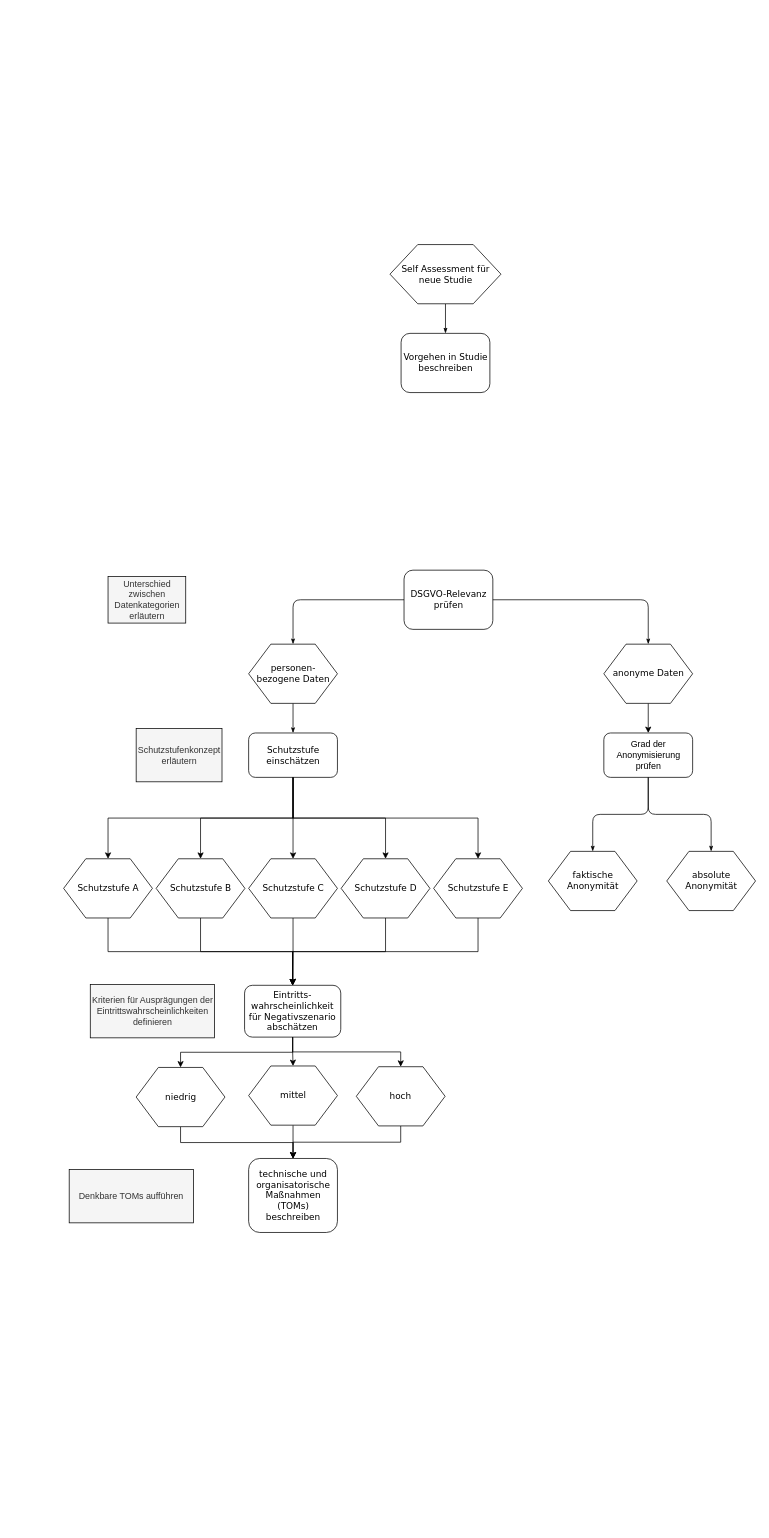
This is Untitled Diagram.drawio from mreichh/draw, a draw.io file, before an edit. Source tidied: cells renumbered, new cells numbered last; positions are measured from the earlier drawing's top-left corner, leaving out a move shared by most shapes. Both pictures are drawn from the tidied source at 74%, with x=0, y=0 at pixel (63, 244).
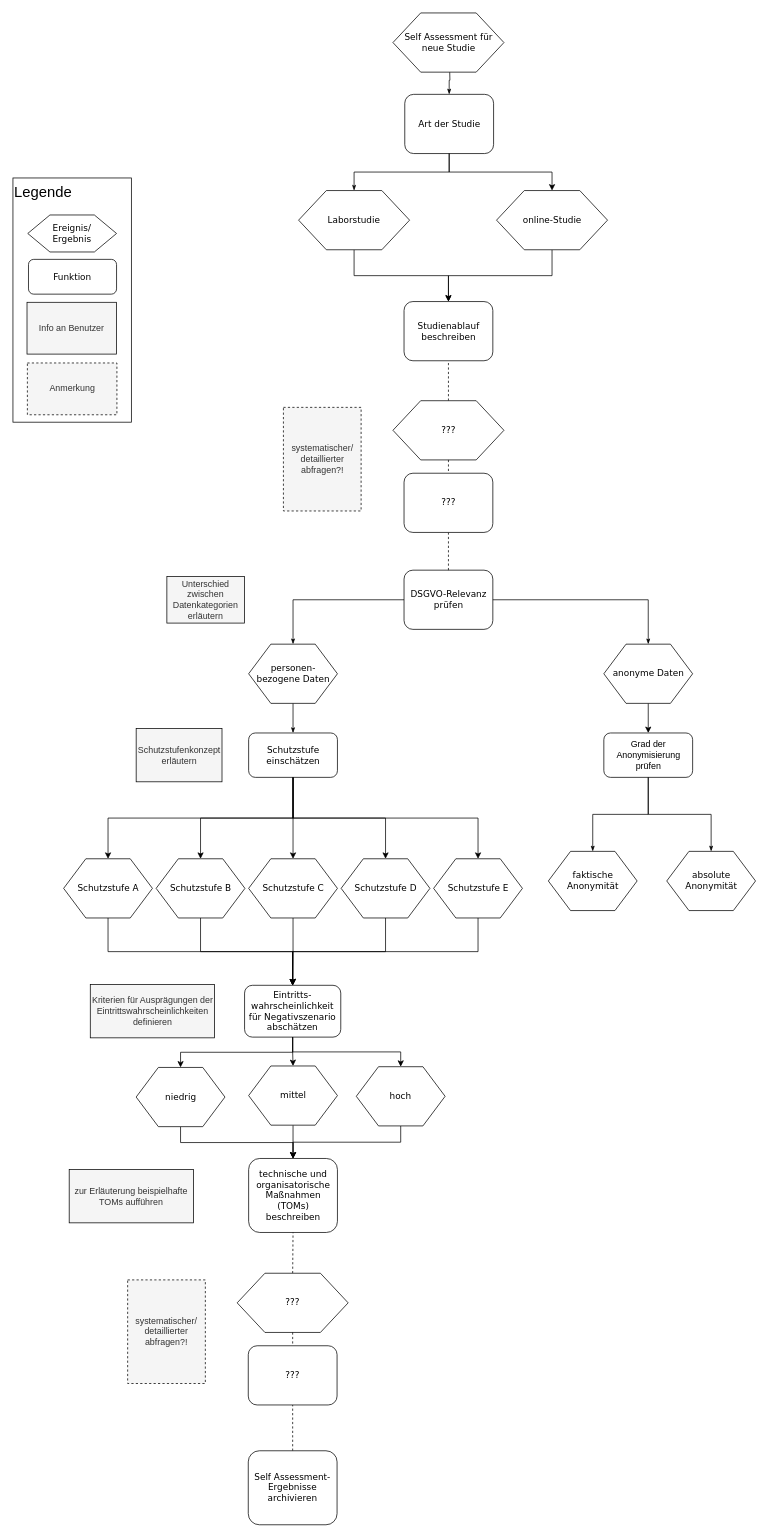
The same diagram, later.

Unchanged cells that the change refers to:
```xml
<mxCell id="4" value="DSGVO-Relevanz prüfen" style="rounded=1;whiteSpace=wrap;html=1;shadow=0;labelBackgroundColor=none;strokeColor=#000000;strokeWidth=1;fillColor=#ffffff;fontFamily=Verdana;fontSize=12;fontColor=#000000;align=center;" parent="1" vertex="1">
  <mxGeometry x="460.5" y="440" width="120" height="80" as="geometry" />
</mxCell>
<mxCell id="8" value="&lt;div&gt;&lt;span&gt;personen-bezogene Daten&lt;/span&gt;&lt;/div&gt;" style="shape=hexagon;perimeter=hexagonPerimeter;whiteSpace=wrap;html=1;rounded=0;shadow=0;labelBackgroundColor=none;strokeColor=#000000;strokeWidth=1;fillColor=#ffffff;fontFamily=Verdana;fontSize=12;fontColor=#000000;align=center;" parent="1" vertex="1">
  <mxGeometry x="250.5" y="540" width="120" height="80" as="geometry" />
</mxCell>
<mxCell id="10" value="&lt;div&gt;&lt;span&gt;anonyme Daten&lt;/span&gt;&lt;/div&gt;" style="shape=hexagon;perimeter=hexagonPerimeter;whiteSpace=wrap;html=1;rounded=0;shadow=0;labelBackgroundColor=none;strokeColor=#000000;strokeWidth=1;fillColor=#ffffff;fontFamily=Verdana;fontSize=12;fontColor=#000000;align=center;" parent="1" vertex="1">
  <mxGeometry x="730.5" y="540" width="120" height="80" as="geometry" />
</mxCell>
<mxCell id="13" value="Grad der Anonymisierung prüfen" style="rounded=1;whiteSpace=wrap;html=1;" parent="1" vertex="1">
  <mxGeometry x="730.5" y="660" width="120" height="60" as="geometry" />
</mxCell>
<mxCell id="15" value="&lt;div&gt;faktische Anonymität&lt;br&gt;&lt;/div&gt;" style="shape=hexagon;perimeter=hexagonPerimeter;whiteSpace=wrap;html=1;rounded=0;shadow=0;labelBackgroundColor=none;strokeColor=#000000;strokeWidth=1;fillColor=#ffffff;fontFamily=Verdana;fontSize=12;fontColor=#000000;align=center;" parent="1" vertex="1">
  <mxGeometry x="655.5" y="820" width="120" height="80" as="geometry" />
</mxCell>
<mxCell id="17" value="&lt;div&gt;absolute Anonymität&lt;/div&gt;" style="shape=hexagon;perimeter=hexagonPerimeter;whiteSpace=wrap;html=1;rounded=0;shadow=0;labelBackgroundColor=none;strokeColor=#000000;strokeWidth=1;fillColor=#ffffff;fontFamily=Verdana;fontSize=12;fontColor=#000000;align=center;" parent="1" vertex="1">
  <mxGeometry x="815.5" y="820" width="120" height="80" as="geometry" />
</mxCell>
<mxCell id="32" value="technische und organisatorische Maßnahmen (TOMs) beschreiben " style="rounded=1;whiteSpace=wrap;html=1;shadow=0;labelBackgroundColor=none;strokeColor=#000000;strokeWidth=1;fillColor=#ffffff;fontFamily=Verdana;fontSize=12;fontColor=#000000;align=center;" parent="1" vertex="1">
  <mxGeometry x="250.5" y="1235" width="120" height="100" as="geometry" />
</mxCell>
```

Change to the diagram source:
```diff
@@
+    <mxCell id="48" value="&lt;div style=&quot;font-size: 20px;&quot; align=&quot;left&quot;&gt;Legende&lt;/div&gt;" style="rounded=0;whiteSpace=wrap;html=1;gradientColor=none;shadow=0;fillColor=none;align=left;verticalAlign=top;fontSize=20;" parent="1" vertex="1">
+      <mxGeometry x="-68" y="-90" width="160" height="330" as="geometry" />
+    </mxCell>
-    <mxCell id="2" style="edgeStyle=orthogonalEdgeStyle;rounded=1;html=1;labelBackgroundColor=none;startArrow=none;startFill=0;startSize=5;endArrow=classicThin;endFill=1;endSize=5;jettySize=auto;strokeColor=#000000;strokeWidth=1;fontFamily=Verdana;fontSize=8;fontColor=#000000;entryX=0.5;entryY=0;entryDx=0;entryDy=0;" parent="1" edge="1" source="3" target="47">
-      <mxGeometry relative="1" as="geometry" />
+    <mxCell id="2" style="edgeStyle=orthogonalEdgeStyle;rounded=0;html=1;labelBackgroundColor=none;startArrow=none;startFill=0;startSize=5;endArrow=classicThin;endFill=1;endSize=5;jettySize=auto;strokeColor=#000000;strokeWidth=1;fontFamily=Verdana;fontSize=8;fontColor=#000000;entryX=0.5;entryY=0;entryDx=0;entryDy=0;" parent="1" edge="1" target="47">
+      <mxGeometry relative="1" as="geometry">
+        <mxPoint x="522" y="-243" as="sourcePoint" />
+      </mxGeometry>
     </mxCell>
-    <mxCell id="3" value="Self Assessment für neue Studie" style="shape=hexagon;perimeter=hexagonPerimeter;whiteSpace=wrap;html=1;rounded=0;shadow=0;labelBackgroundColor=none;strokeColor=#000000;strokeWidth=1;fillColor=#ffffff;fontFamily=Verdana;fontSize=12;fontColor=#000000;align=center;" parent="1" vertex="1">
-      <mxGeometry x="441.5" width="150" height="80" as="geometry" />
+    <mxCell id="3" value="Ereignis/&lt;br&gt;Ergebnis" style="shape=hexagon;perimeter=hexagonPerimeter;whiteSpace=wrap;html=1;rounded=0;shadow=0;labelBackgroundColor=none;strokeColor=#000000;strokeWidth=1;fillColor=#ffffff;fontFamily=Verdana;fontSize=12;fontColor=#000000;align=center;" parent="1" vertex="1">
+      <mxGeometry x="-48" y="-40" width="120" height="50" as="geometry" />
     </mxCell>
@@
-    <mxCell id="5" style="edgeStyle=orthogonalEdgeStyle;rounded=1;html=1;labelBackgroundColor=none;startArrow=none;startFill=0;startSize=5;endArrow=classicThin;endFill=1;endSize=5;jettySize=auto;strokeColor=#000000;strokeWidth=1;fontFamily=Verdana;fontSize=8;fontColor=#000000;exitX=1;exitY=0.5;exitDx=0;exitDy=0;" parent="1" edge="1" source="4" target="10">
+    <mxCell id="5" style="edgeStyle=orthogonalEdgeStyle;rounded=0;html=1;labelBackgroundColor=none;startArrow=none;startFill=0;startSize=5;endArrow=classicThin;endFill=1;endSize=5;jettySize=auto;strokeColor=#000000;strokeWidth=1;fontFamily=Verdana;fontSize=8;fontColor=#000000;exitX=1;exitY=0.5;exitDx=0;exitDy=0;" parent="1" edge="1" source="4" target="10">
       <mxGeometry relative="1" as="geometry" />
     </mxCell>
-    <mxCell id="6" style="edgeStyle=orthogonalEdgeStyle;rounded=1;html=1;labelBackgroundColor=none;startArrow=none;startFill=0;startSize=5;endArrow=classicThin;endFill=1;endSize=5;jettySize=auto;strokeColor=#000000;strokeWidth=1;fontFamily=Verdana;fontSize=8;fontColor=#000000;" parent="1" edge="1" source="4" target="8">
+    <mxCell id="6" style="edgeStyle=orthogonalEdgeStyle;rounded=0;html=1;labelBackgroundColor=none;startArrow=none;startFill=0;startSize=5;endArrow=classicThin;endFill=1;endSize=5;jettySize=auto;strokeColor=#000000;strokeWidth=1;fontFamily=Verdana;fontSize=8;fontColor=#000000;" parent="1" edge="1" source="4" target="8">
       <mxGeometry relative="1" as="geometry" />
     </mxCell>
@@
-    <mxCell id="14" style="edgeStyle=orthogonalEdgeStyle;rounded=1;html=1;labelBackgroundColor=none;startArrow=none;startFill=0;startSize=5;endArrow=classicThin;endFill=1;endSize=5;jettySize=auto;strokeColor=#000000;strokeWidth=1;fontFamily=Verdana;fontSize=8;fontColor=#000000;exitX=0.5;exitY=1;exitDx=0;exitDy=0;" parent="1" edge="1" source="13" target="15">
+    <mxCell id="14" style="edgeStyle=orthogonalEdgeStyle;rounded=0;html=1;labelBackgroundColor=none;startArrow=none;startFill=0;startSize=5;endArrow=classicThin;endFill=1;endSize=5;jettySize=auto;strokeColor=#000000;strokeWidth=1;fontFamily=Verdana;fontSize=8;fontColor=#000000;exitX=0.5;exitY=1;exitDx=0;exitDy=0;" parent="1" edge="1" source="13" target="15">
       <mxGeometry relative="1" as="geometry" />
     </mxCell>
@@
-    <mxCell id="16" style="edgeStyle=orthogonalEdgeStyle;rounded=1;html=1;labelBackgroundColor=none;startArrow=none;startFill=0;startSize=5;endArrow=classicThin;endFill=1;endSize=5;jettySize=auto;strokeColor=#000000;strokeWidth=1;fontFamily=Verdana;fontSize=8;fontColor=#000000;" parent="1" edge="1" source="13" target="17">
+    <mxCell id="16" style="edgeStyle=orthogonalEdgeStyle;rounded=0;html=1;labelBackgroundColor=none;startArrow=none;startFill=0;startSize=5;endArrow=classicThin;endFill=1;endSize=5;jettySize=auto;strokeColor=#000000;strokeWidth=1;fontFamily=Verdana;fontSize=8;fontColor=#000000;" parent="1" edge="1" source="13" target="17">
       <mxGeometry relative="1" as="geometry" />
     </mxCell>
@@
     <mxCell id="33" value="Unterschied zwischen Datenkategorien erläutern" style="text;html=1;align=center;verticalAlign=middle;whiteSpace=wrap;rounded=0;fillColor=#f5f5f5;strokeColor=#000000;fontColor=#333333;" parent="1" vertex="1">
-      <mxGeometry x="60.5" y="448.5" width="105" height="63" as="geometry" />
+      <mxGeometry x="140" y="448.5" width="105" height="63" as="geometry" />
     </mxCell>
@@
-    <mxCell id="46" value="Denkbare TOMs aufführen" style="text;html=1;align=center;verticalAlign=middle;whiteSpace=wrap;rounded=0;fillColor=#f5f5f5;strokeColor=#000000;fontColor=#333333;" parent="1" vertex="1">
+    <mxCell id="46" value="zur Erläuterung beispielhafte TOMs aufführen" style="text;html=1;align=center;verticalAlign=middle;whiteSpace=wrap;rounded=0;fillColor=#f5f5f5;strokeColor=#000000;fontColor=#333333;" parent="1" vertex="1">
       <mxGeometry x="8" y="1250" width="168" height="72" as="geometry" />
     </mxCell>
-    <mxCell id="47" value="Vorgehen in Studie beschreiben" style="rounded=1;whiteSpace=wrap;html=1;shadow=0;labelBackgroundColor=none;strokeColor=#000000;strokeWidth=1;fillColor=#ffffff;fontFamily=Verdana;fontSize=12;fontColor=#000000;align=center;" parent="1" vertex="1">
-      <mxGeometry x="456.5" y="120" width="120" height="80" as="geometry" />
+    <mxCell id="47" value="Art der Studie" style="rounded=1;whiteSpace=wrap;html=1;shadow=0;labelBackgroundColor=none;strokeColor=#000000;strokeWidth=1;fillColor=#ffffff;fontFamily=Verdana;fontSize=12;fontColor=#000000;align=center;" parent="1" vertex="1">
+      <mxGeometry x="461.5" y="-203" width="120" height="80" as="geometry" />
     </mxCell>
+    <mxCell id="49" value="Funktion" style="rounded=1;whiteSpace=wrap;html=1;shadow=0;labelBackgroundColor=none;strokeColor=#000000;strokeWidth=1;fillColor=#ffffff;fontFamily=Verdana;fontSize=12;fontColor=#000000;align=center;" parent="1" vertex="1">
+      <mxGeometry x="-47" y="20" width="119" height="47" as="geometry" />
+    </mxCell>
+    <mxCell id="50" value="Self Assessment für neue Studie" style="shape=hexagon;perimeter=hexagonPerimeter;whiteSpace=wrap;html=1;rounded=0;shadow=0;labelBackgroundColor=none;strokeColor=#000000;strokeWidth=1;fillColor=#ffffff;fontFamily=Verdana;fontSize=12;fontColor=#000000;align=center;" parent="1" vertex="1">
+      <mxGeometry x="445.5" y="-313" width="150" height="80" as="geometry" />
+    </mxCell>
+    <mxCell id="51" value="Info an Benutzer" style="text;html=1;align=center;verticalAlign=middle;whiteSpace=wrap;rounded=0;fillColor=#f5f5f5;strokeColor=#000000;fontColor=#333333;" parent="1" vertex="1">
+      <mxGeometry x="-49" y="78" width="121" height="70" as="geometry" />
+    </mxCell>
+    <mxCell id="52" style="edgeStyle=orthogonalEdgeStyle;rounded=0;jettySize=auto;html=1;fontSize=20;exitX=0.5;exitY=1;exitDx=0;exitDy=0;" parent="1" edge="1" source="47" target="56">
+      <mxGeometry relative="1" as="geometry" />
+    </mxCell>
+    <mxCell id="53" style="edgeStyle=orthogonalEdgeStyle;rounded=0;jettySize=auto;html=1;strokeColor=#000000;fontSize=20;" parent="1" edge="1" source="54" target="58">
+      <mxGeometry relative="1" as="geometry" />
+    </mxCell>
+    <mxCell id="54" value="Laborstudie" style="shape=hexagon;perimeter=hexagonPerimeter;whiteSpace=wrap;html=1;rounded=0;shadow=0;labelBackgroundColor=none;strokeColor=#000000;strokeWidth=1;fillColor=#ffffff;fontFamily=Verdana;fontSize=12;fontColor=#000000;align=center;" parent="1" vertex="1">
+      <mxGeometry x="318" y="-73" width="150" height="80" as="geometry" />
+    </mxCell>
+    <mxCell id="55" style="edgeStyle=orthogonalEdgeStyle;rounded=0;jettySize=auto;html=1;strokeColor=#000000;fontSize=20;exitX=0.5;exitY=1;exitDx=0;exitDy=0;" parent="1" edge="1" source="56" target="58">
+      <mxGeometry relative="1" as="geometry" />
+    </mxCell>
+    <mxCell id="56" value="online-Studie" style="shape=hexagon;perimeter=hexagonPerimeter;whiteSpace=wrap;html=1;rounded=0;shadow=0;labelBackgroundColor=none;strokeColor=#000000;strokeWidth=1;fillColor=#ffffff;fontFamily=Verdana;fontSize=12;fontColor=#000000;align=center;" parent="1" vertex="1">
+      <mxGeometry x="585.5" y="-73" width="150" height="80" as="geometry" />
+    </mxCell>
+    <mxCell id="57" style="edgeStyle=orthogonalEdgeStyle;rounded=0;html=1;labelBackgroundColor=none;startArrow=none;startFill=0;startSize=5;endArrow=classicThin;endFill=1;endSize=5;jettySize=auto;strokeColor=#000000;strokeWidth=1;fontFamily=Verdana;fontSize=8;fontColor=#000000;entryX=0.5;entryY=0;entryDx=0;entryDy=0;exitX=0.5;exitY=1;exitDx=0;exitDy=0;" parent="1" edge="1" source="47" target="54">
+      <mxGeometry relative="1" as="geometry" />
+    </mxCell>
+    <mxCell id="58" value="Studienablauf beschreiben" style="rounded=1;whiteSpace=wrap;html=1;shadow=0;labelBackgroundColor=none;strokeColor=#000000;strokeWidth=1;fillColor=#ffffff;fontFamily=Verdana;fontSize=12;fontColor=#000000;align=center;" parent="1" vertex="1">
+      <mxGeometry x="460.5" y="77" width="120" height="80" as="geometry" />
+    </mxCell>
+    <mxCell id="59" style="endArrow=none;dashed=1;html=1;strokeColor=#000000;fontSize=20;entryX=0.5;entryY=1;entryDx=0;entryDy=0;exitX=0.5;exitY=0;exitDx=0;exitDy=0;" parent="1" edge="1" source="60" target="58">
+      <mxGeometry relative="1" as="geometry" />
+    </mxCell>
+    <mxCell id="60" value="???" style="shape=hexagon;perimeter=hexagonPerimeter;whiteSpace=wrap;html=1;rounded=0;shadow=0;labelBackgroundColor=none;strokeColor=#000000;strokeWidth=1;fillColor=#ffffff;fontFamily=Verdana;fontSize=12;fontColor=#000000;align=center;" parent="1" vertex="1">
+      <mxGeometry x="445.5" y="211" width="150" height="80" as="geometry" />
+    </mxCell>
+    <mxCell id="61" style="endArrow=none;dashed=1;html=1;strokeColor=#000000;fontSize=20;entryX=0.5;entryY=1;entryDx=0;entryDy=0;exitX=0.5;exitY=0;exitDx=0;exitDy=0;" parent="1" edge="1" source="4" target="63">
+      <mxGeometry relative="1" as="geometry" />
+    </mxCell>
+    <mxCell id="62" value="systematischer/&lt;br&gt;detaillierter abfragen?!" style="text;html=1;align=center;verticalAlign=middle;whiteSpace=wrap;rounded=0;fillColor=#f5f5f5;strokeColor=#000000;fontColor=#333333;dashed=1;" parent="1" vertex="1">
+      <mxGeometry x="297.5" y="220" width="105" height="140" as="geometry" />
+    </mxCell>
+    <mxCell id="63" value="???" style="rounded=1;whiteSpace=wrap;html=1;shadow=0;labelBackgroundColor=none;strokeColor=#000000;strokeWidth=1;fillColor=#ffffff;fontFamily=Verdana;fontSize=12;fontColor=#000000;align=center;" parent="1" vertex="1">
+      <mxGeometry x="460.5" y="309" width="120" height="80" as="geometry" />
+    </mxCell>
+    <mxCell id="64" style="endArrow=none;dashed=1;html=1;strokeColor=#000000;fontSize=20;entryX=0.5;entryY=0;entryDx=0;entryDy=0;exitX=0.5;exitY=1;exitDx=0;exitDy=0;" parent="1" edge="1" source="60" target="63">
+      <mxGeometry relative="1" as="geometry" />
+    </mxCell>
+    <mxCell id="65" style="endArrow=none;dashed=1;html=1;strokeColor=#000000;fontSize=20;entryX=0.5;entryY=1;entryDx=0;entryDy=0;exitX=0.5;exitY=0;exitDx=0;exitDy=0;" parent="1" edge="1" source="66" target="32">
+      <mxGeometry relative="1" as="geometry" />
+    </mxCell>
+    <mxCell id="66" value="???" style="shape=hexagon;perimeter=hexagonPerimeter;whiteSpace=wrap;html=1;rounded=0;shadow=0;labelBackgroundColor=none;strokeColor=#000000;strokeWidth=1;fillColor=#ffffff;fontFamily=Verdana;fontSize=12;fontColor=#000000;align=center;" parent="1" vertex="1">
+      <mxGeometry x="235" y="1390.1" width="150" height="80" as="geometry" />
+    </mxCell>
+    <mxCell id="67" style="endArrow=none;dashed=1;html=1;strokeColor=#000000;fontSize=20;entryX=0.5;entryY=1;entryDx=0;entryDy=0;exitX=0.5;exitY=0;exitDx=0;exitDy=0;" parent="1" edge="1" source="71" target="69">
+      <mxGeometry relative="1" as="geometry" />
+    </mxCell>
+    <mxCell id="68" value="systematischer/&lt;br&gt;detaillierter abfragen?!" style="text;html=1;align=center;verticalAlign=middle;whiteSpace=wrap;rounded=0;fillColor=#f5f5f5;strokeColor=#000000;fontColor=#333333;dashed=1;" parent="1" vertex="1">
+      <mxGeometry x="87" y="1399.1" width="105" height="140" as="geometry" />
+    </mxCell>
+    <mxCell id="69" value="???" style="rounded=1;whiteSpace=wrap;html=1;shadow=0;labelBackgroundColor=none;strokeColor=#000000;strokeWidth=1;fillColor=#ffffff;fontFamily=Verdana;fontSize=12;fontColor=#000000;align=center;" parent="1" vertex="1">
+      <mxGeometry x="250" y="1488.1" width="120" height="80" as="geometry" />
+    </mxCell>
+    <mxCell id="70" style="endArrow=none;dashed=1;html=1;strokeColor=#000000;fontSize=20;entryX=0.5;entryY=0;entryDx=0;entryDy=0;exitX=0.5;exitY=1;exitDx=0;exitDy=0;" parent="1" edge="1" source="66" target="69">
+      <mxGeometry relative="1" as="geometry" />
+    </mxCell>
+    <mxCell id="71" value="Self Assessment-Ergebnisse archivieren" style="rounded=1;whiteSpace=wrap;html=1;shadow=0;labelBackgroundColor=none;strokeColor=#000000;strokeWidth=1;fillColor=#ffffff;fontFamily=Verdana;fontSize=12;fontColor=#000000;align=center;" parent="1" vertex="1">
+      <mxGeometry x="250" y="1630" width="120" height="100" as="geometry" />
+    </mxCell>
+    <mxCell id="72" value="Anmerkung" style="text;html=1;align=center;verticalAlign=middle;whiteSpace=wrap;rounded=0;fillColor=#f5f5f5;strokeColor=#000000;fontColor=#333333;dashed=1;" parent="1" vertex="1">
+      <mxGeometry x="-48.5" y="160" width="121" height="70" as="geometry" />
+    </mxCell>
```
